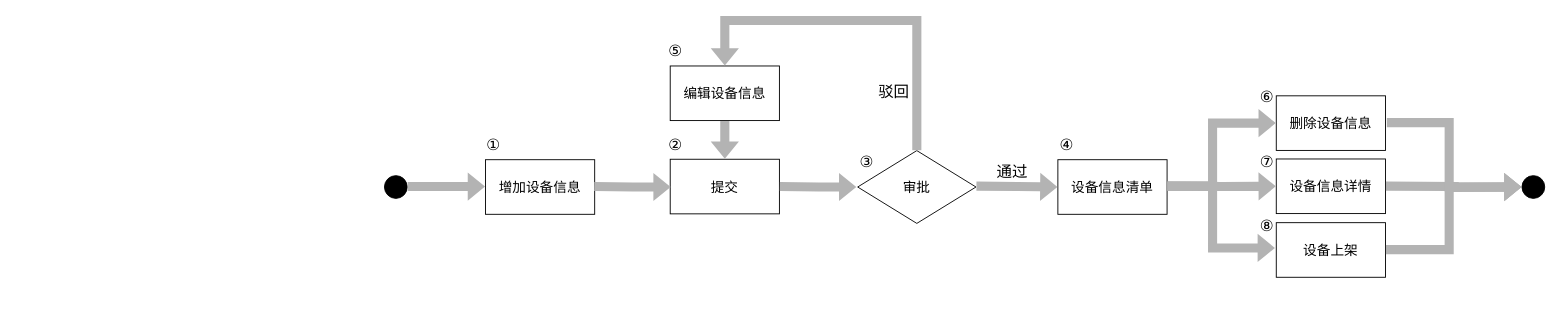
Above: page "设备共享" (4 of 5) of NQI设计文档图.drawio in daomengRen/graph (draw.io), before the change. Source tidied: cells renumbered, new cells numbered last; positions are measured from the earlier drawing's top-left corner, leaving out a move shared by most shapes. Both pictures are drawn from the tidied source at 91%, with x=0, y=0 at pixel (384, 20).
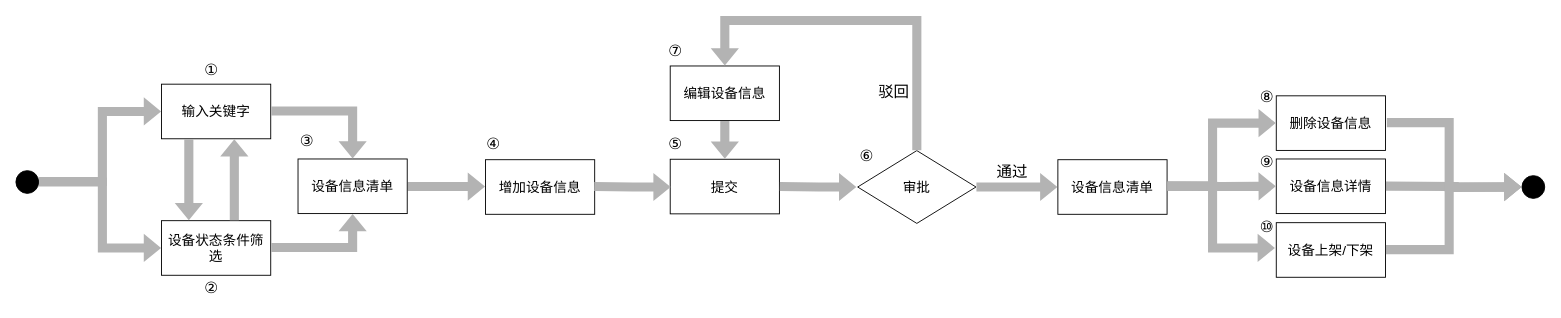
The same diagram, later.

Commit message (it also covers changes not shown here):
更新NQI设计文档图.drawio

The change refers to these unchanged cells:
```xml
<mxCell id="4" value="&lt;font style=&quot;font-size: 15px;&quot;&gt;审批&lt;/font&gt;" style="rhombus;whiteSpace=wrap;html=1;" parent="1" vertex="1">
  <mxGeometry x="520" y="143" width="130" height="80" as="geometry" />
</mxCell>
<mxCell id="5" value="设备信息清单" style="rounded=0;whiteSpace=wrap;html=1;fontSize=15;" parent="1" vertex="1">
  <mxGeometry x="740" y="153" width="120" height="60" as="geometry" />
</mxCell>
```

What changed in the source:
```diff
@@
-    <mxCell id="2" style="ellipse;fillColor=strokeColor;html=1;fontSize=15;" parent="1" vertex="1">
-      <mxGeometry y="170.5" width="25" height="25" as="geometry" />
-    </mxCell>
@@
-    <mxCell id="9" value="设备上架" style="rounded=0;whiteSpace=wrap;html=1;fontSize=15;" parent="1" vertex="1">
+    <mxCell id="9" value="设备上架/下架" style="rounded=0;whiteSpace=wrap;html=1;fontSize=15;" parent="1" vertex="1">
       <mxGeometry x="980" y="222.2" width="120" height="60" as="geometry" />
     </mxCell>
@@
-    <mxCell id="17" style="edgeStyle=orthogonalEdgeStyle;rounded=0;jettySize=auto;html=1;shape=flexArrow;strokeWidth=1;fillColor=#B3B3B3;strokeColor=none;fontSize=15;entryX=0;entryY=0.5;entryDx=0;entryDy=0;" parent="1" edge="1" target="5">
-      <mxGeometry relative="1" as="geometry">
-        <mxPoint x="650" y="182" as="sourcePoint" />
-      </mxGeometry>
+    <mxCell id="17" style="edgeStyle=orthogonalEdgeStyle;rounded=0;jettySize=auto;html=1;shape=flexArrow;strokeWidth=1;fillColor=#B3B3B3;strokeColor=none;fontSize=15;entryX=0;entryY=0.5;entryDx=0;entryDy=0;exitX=1;exitY=0.5;exitDx=0;exitDy=0;" parent="1" edge="1" source="4" target="5">
+      <mxGeometry relative="1" as="geometry" />
     </mxCell>
@@
-    <mxCell id="27" value="②" style="text;html=1;strokeColor=none;fillColor=none;align=center;verticalAlign=middle;whiteSpace=wrap;rounded=0;strokeWidth=1;fontSize=17;" parent="1" vertex="1">
-      <mxGeometry x="290" y="123" width="60" height="30" as="geometry" />
-    </mxCell>
-    <mxCell id="28" value="①" style="text;html=1;strokeColor=none;fillColor=none;align=center;verticalAlign=middle;whiteSpace=wrap;rounded=0;strokeWidth=1;fontSize=17;" parent="1" vertex="1">
-      <mxGeometry x="90" y="123" width="60" height="30" as="geometry" />
-    </mxCell>
-    <mxCell id="29" value="③" style="text;html=1;strokeColor=none;fillColor=none;align=center;verticalAlign=middle;whiteSpace=wrap;rounded=0;strokeWidth=1;fontSize=17;" parent="1" vertex="1">
-      <mxGeometry x="500" y="140.5" width="60" height="30" as="geometry" />
-    </mxCell>
-    <mxCell id="30" value="④" style="text;html=1;strokeColor=none;fillColor=none;align=center;verticalAlign=middle;whiteSpace=wrap;rounded=0;strokeWidth=1;fontSize=17;" parent="1" vertex="1">
-      <mxGeometry x="720" y="123" width="60" height="30" as="geometry" />
-    </mxCell>
     <mxCell id="31" value="⑤" style="text;html=1;strokeColor=none;fillColor=none;align=center;verticalAlign=middle;whiteSpace=wrap;rounded=0;strokeWidth=1;fontSize=17;" parent="1" vertex="1">
-      <mxGeometry x="290" y="20" width="60" height="30" as="geometry" />
+      <mxGeometry x="290" y="122.2" width="60" height="30" as="geometry" />
     </mxCell>
     <mxCell id="32" value="⑥" style="text;html=1;strokeColor=none;fillColor=none;align=center;verticalAlign=middle;whiteSpace=wrap;rounded=0;strokeWidth=1;fontSize=17;" parent="1" vertex="1">
-      <mxGeometry x="940" y="70" width="60" height="30" as="geometry" />
+      <mxGeometry x="500" y="135" width="60" height="30" as="geometry" />
     </mxCell>
     <mxCell id="33" value="⑦" style="text;html=1;strokeColor=none;fillColor=none;align=center;verticalAlign=middle;whiteSpace=wrap;rounded=0;strokeWidth=1;fontSize=17;" parent="1" vertex="1">
-      <mxGeometry x="940" y="140.5" width="60" height="30" as="geometry" />
+      <mxGeometry x="290" y="20" width="60" height="30" as="geometry" />
     </mxCell>
     <mxCell id="34" value="⑧" style="text;html=1;strokeColor=none;fillColor=none;align=center;verticalAlign=middle;whiteSpace=wrap;rounded=0;strokeWidth=1;fontSize=17;" parent="1" vertex="1">
-      <mxGeometry x="940" y="212.2" width="60" height="30" as="geometry" />
+      <mxGeometry x="940" y="70" width="60" height="30" as="geometry" />
     </mxCell>
+    <mxCell id="35" value="输入关键字" style="rounded=0;whiteSpace=wrap;html=1;fontSize=15;" parent="1" vertex="1">
+      <mxGeometry x="-245" y="70" width="120" height="60" as="geometry" />
+    </mxCell>
+    <mxCell id="36" style="ellipse;fillColor=strokeColor;html=1;fontSize=15;" parent="1" vertex="1">
+      <mxGeometry x="-405" y="165" width="25" height="25" as="geometry" />
+    </mxCell>
+    <mxCell id="37" value="设备状态条件筛选" style="rounded=0;whiteSpace=wrap;html=1;fontSize=15;" parent="1" vertex="1">
+      <mxGeometry x="-245" y="220" width="120" height="60" as="geometry" />
+    </mxCell>
+    <mxCell id="38" style="edgeStyle=orthogonalEdgeStyle;rounded=0;jettySize=auto;html=1;shape=flexArrow;strokeWidth=1;fillColor=#B3B3B3;strokeColor=none;fontSize=15;exitX=1;exitY=0.5;exitDx=0;exitDy=0;" parent="1" edge="1" source="36">
+      <mxGeometry relative="1" as="geometry">
+        <mxPoint x="-245" y="250" as="targetPoint" />
+        <Array as="points">
+          <mxPoint x="-310" y="178" />
+          <mxPoint x="-310" y="250" />
+        </Array>
+      </mxGeometry>
+    </mxCell>
+    <mxCell id="39" style="edgeStyle=orthogonalEdgeStyle;rounded=0;orthogonalLoop=1;jettySize=auto;html=1;shape=flexArrow;strokeWidth=1;fillColor=#B3B3B3;strokeColor=none;fontSize=15;" parent="1" edge="1">
+      <mxGeometry relative="1" as="geometry">
+        <mxPoint x="-215" y="130" as="sourcePoint" />
+        <mxPoint x="-215" y="220" as="targetPoint" />
+        <Array as="points">
+          <mxPoint x="-25" y="190" />
+          <mxPoint x="-25" y="190" />
+        </Array>
+      </mxGeometry>
+    </mxCell>
+    <mxCell id="40" style="edgeStyle=orthogonalEdgeStyle;rounded=0;orthogonalLoop=1;jettySize=auto;html=1;shape=flexArrow;strokeWidth=1;fillColor=#B3B3B3;strokeColor=none;fontSize=15;" parent="1" edge="1">
+      <mxGeometry relative="1" as="geometry">
+        <mxPoint x="-165" y="220" as="sourcePoint" />
+        <mxPoint x="-165" y="130" as="targetPoint" />
+        <Array as="points">
+          <mxPoint x="25" y="190" />
+          <mxPoint x="25" y="190" />
+        </Array>
+      </mxGeometry>
+    </mxCell>
+    <mxCell id="41" value="设备信息清单" style="rounded=0;whiteSpace=wrap;html=1;fontSize=15;" parent="1" vertex="1">
+      <mxGeometry x="-95" y="152.2" width="120" height="60" as="geometry" />
+    </mxCell>
+    <mxCell id="42" style="edgeStyle=orthogonalEdgeStyle;rounded=0;jettySize=auto;html=1;shape=flexArrow;strokeWidth=1;fillColor=#B3B3B3;strokeColor=none;fontSize=15;entryX=0.5;entryY=0;entryDx=0;entryDy=0;" parent="1" edge="1" target="41">
+      <mxGeometry relative="1" as="geometry">
+        <mxPoint x="-125" y="99.5" as="sourcePoint" />
+        <Array as="points">
+          <mxPoint x="-35" y="100" />
+        </Array>
+      </mxGeometry>
+    </mxCell>
+    <mxCell id="43" style="edgeStyle=orthogonalEdgeStyle;rounded=0;jettySize=auto;html=1;shape=flexArrow;strokeWidth=1;fillColor=#B3B3B3;strokeColor=none;fontSize=15;entryX=0.5;entryY=1;entryDx=0;entryDy=0;" parent="1" edge="1" target="41">
+      <mxGeometry relative="1" as="geometry">
+        <mxPoint x="-125" y="249.5" as="sourcePoint" />
+        <Array as="points">
+          <mxPoint x="-35" y="250" />
+        </Array>
+      </mxGeometry>
+    </mxCell>
+    <mxCell id="28" value="①" style="text;html=1;strokeColor=none;fillColor=none;align=center;verticalAlign=middle;whiteSpace=wrap;rounded=0;strokeWidth=1;fontSize=17;" parent="1" vertex="1">
+      <mxGeometry x="-220" y="40" width="60" height="30" as="geometry" />
+    </mxCell>
+    <mxCell id="27" value="②" style="text;html=1;strokeColor=none;fillColor=none;align=center;verticalAlign=middle;whiteSpace=wrap;rounded=0;strokeWidth=1;fontSize=17;" parent="1" vertex="1">
+      <mxGeometry x="-220" y="280" width="60" height="30" as="geometry" />
+    </mxCell>
+    <mxCell id="29" value="③" style="text;html=1;strokeColor=none;fillColor=none;align=center;verticalAlign=middle;whiteSpace=wrap;rounded=0;strokeWidth=1;fontSize=17;" parent="1" vertex="1">
+      <mxGeometry x="-115" y="117.5" width="60" height="30" as="geometry" />
+    </mxCell>
+    <mxCell id="30" value="④" style="text;html=1;strokeColor=none;fillColor=none;align=center;verticalAlign=middle;whiteSpace=wrap;rounded=0;strokeWidth=1;fontSize=17;" parent="1" vertex="1">
+      <mxGeometry x="90" y="122.2" width="60" height="30" as="geometry" />
+    </mxCell>
+    <mxCell id="44" value="⑨" style="text;html=1;strokeColor=none;fillColor=none;align=center;verticalAlign=middle;whiteSpace=wrap;rounded=0;strokeWidth=1;fontSize=17;" parent="1" vertex="1">
+      <mxGeometry x="940" y="140.5" width="60" height="30" as="geometry" />
+    </mxCell>
+    <mxCell id="45" value="⑩" style="text;html=1;strokeColor=none;fillColor=none;align=center;verticalAlign=middle;whiteSpace=wrap;rounded=0;strokeWidth=1;fontSize=17;" parent="1" vertex="1">
+      <mxGeometry x="940" y="213" width="60" height="30" as="geometry" />
+    </mxCell>
+    <mxCell id="46" style="edgeStyle=orthogonalEdgeStyle;rounded=0;jettySize=auto;html=1;shape=flexArrow;strokeWidth=1;fillColor=#B3B3B3;strokeColor=none;fontSize=15;entryX=0;entryY=0.5;entryDx=0;entryDy=0;" parent="1" edge="1" target="35">
+      <mxGeometry relative="1" as="geometry">
+        <mxPoint x="-380" y="176.9" as="sourcePoint" />
+        <Array as="points">
+          <mxPoint x="-310" y="177" />
+          <mxPoint x="-310" y="100" />
+        </Array>
+      </mxGeometry>
+    </mxCell>
```
